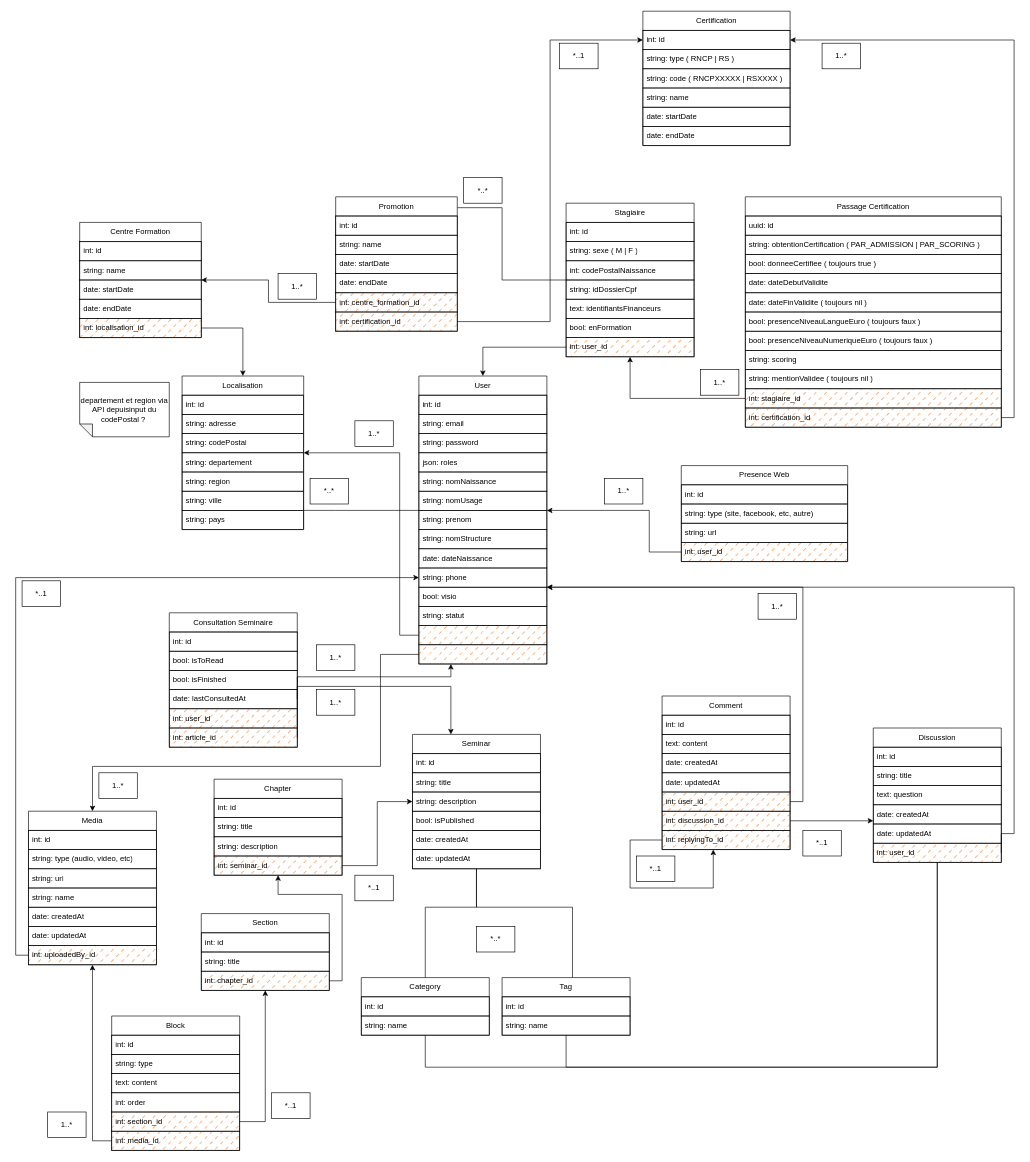
Before: MCD.drawio in ecole-richard-cross/espace-numerique, a draw.io diagram. Source tidied: cells renumbered, new cells numbered last; positions are measured from the earlier drawing's top-left corner, leaving out a move shared by most shapes. Both pictures are drawn from the tidied source at 64%, with x=0, y=0 at pixel (15, 11).
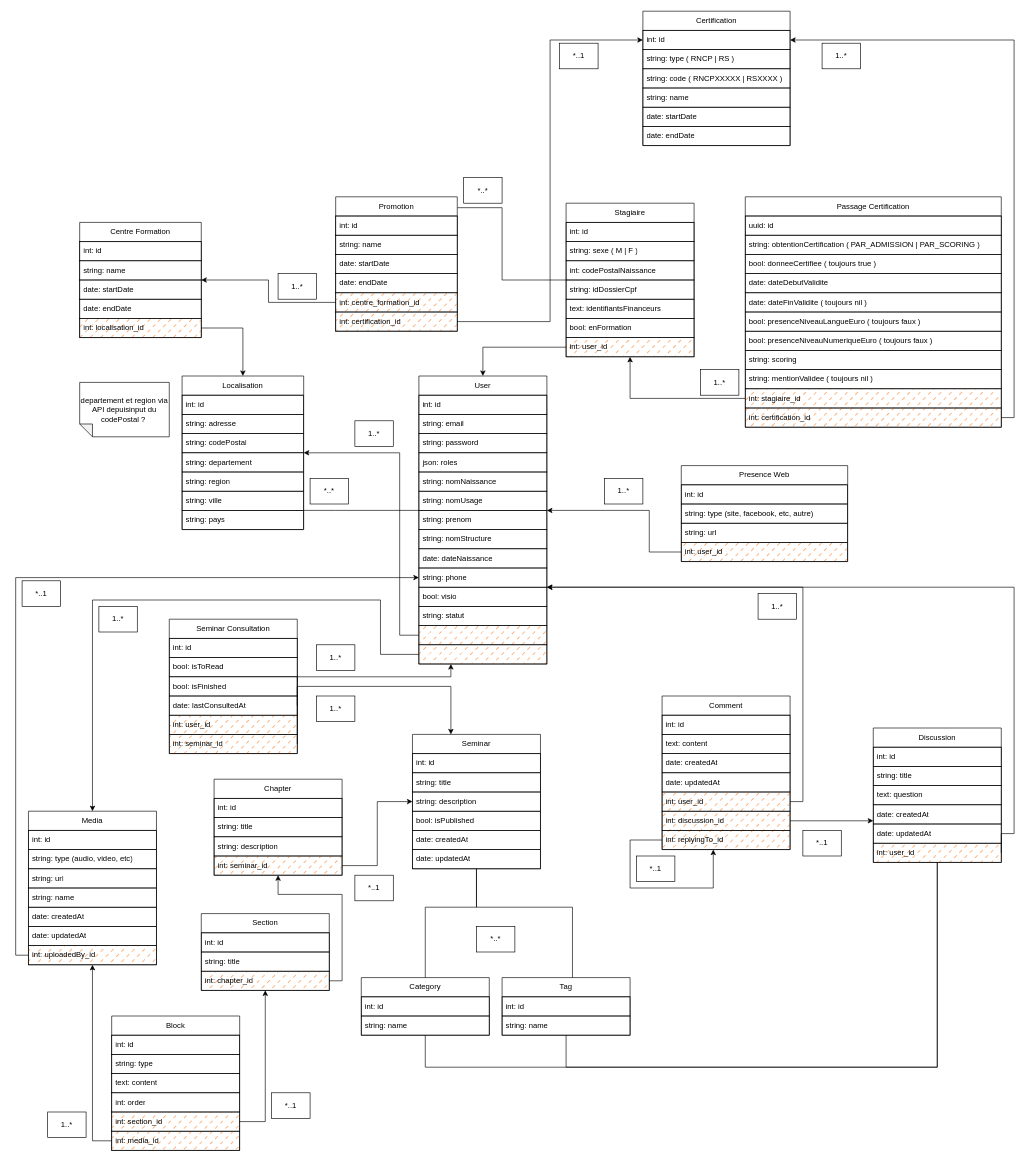
After the change.

Commit message:
fix/dev: cleaned MCD

Unchanged cells that the change refers to:
```xml
<mxCell id="84" value="int: avatar_id" style="text;align=left;verticalAlign=middle;spacingLeft=4;spacingRight=4;overflow=hidden;points=[[0,0.5],[1,0.5]];portConstraint=eastwest;whiteSpace=wrap;html=1;rounded=0;labelBackgroundColor=none;shadow=0;swimlaneLine=1;fillOpacity=100;snapToPoint=0;fixDash=0;backgroundOutline=0;enumerate=0;comic=0;strokeColor=default;fillColor=#FA6800;fontColor=#ffffff;fillStyle=dashed;" parent="70" vertex="1">
  <mxGeometry y="420" width="200" height="30" as="geometry" />
</mxCell>
<mxCell id="104" value="Media" style="swimlane;fontStyle=0;horizontal=1;startSize=30;whiteSpace=wrap;html=1;rounded=0;labelBackgroundColor=none;shadow=0;swimlaneLine=1;fillOpacity=100;snapToPoint=0;fixDash=0;backgroundOutline=0;enumerate=0;comic=0;strokeColor=default;" parent="1" vertex="1">
  <mxGeometry x="20" y="1250" width="200" height="240" as="geometry" />
</mxCell>
```

The edit, as a diff of the source:
```diff
@@
     <mxCell id="96" value="1..*" style="text;align=center;html=1;verticalAlign=middle;whiteSpace=wrap;rounded=0;labelBackgroundColor=none;shadow=0;swimlaneLine=1;fillOpacity=100;fixDash=0;backgroundOutline=0;enumerate=0;comic=0;strokeColor=default;" parent="1" vertex="1">
-      <mxGeometry x="470" y="1060" width="60" height="40" as="geometry" />
+      <mxGeometry x="470" y="1070" width="60" height="40" as="geometry" />
     </mxCell>
@@
-    <mxCell id="113" value="Consultation Seminaire" style="swimlane;fontStyle=0;horizontal=1;startSize=30;whiteSpace=wrap;html=1;rounded=0;labelBackgroundColor=none;shadow=0;swimlaneLine=1;fillOpacity=100;fixDash=0;backgroundOutline=0;enumerate=0;comic=0;strokeColor=default;" parent="1" vertex="1">
-      <mxGeometry x="240" y="940" width="200" height="210" as="geometry" />
+    <mxCell id="113" value="Seminar Consultation" style="swimlane;fontStyle=0;horizontal=1;startSize=30;whiteSpace=wrap;html=1;rounded=0;labelBackgroundColor=none;shadow=0;swimlaneLine=1;fillOpacity=100;fixDash=0;backgroundOutline=0;enumerate=0;comic=0;strokeColor=default;" parent="1" vertex="1">
+      <mxGeometry x="240" y="950" width="200" height="210" as="geometry" />
     </mxCell>
@@
-    <mxCell id="119" value="int: article_id" style="text;align=left;verticalAlign=middle;spacingLeft=4;spacingRight=4;overflow=hidden;points=[[0,0.5],[1,0.5]];portConstraint=eastwest;whiteSpace=wrap;html=1;rounded=0;labelBackgroundColor=none;shadow=0;swimlaneLine=1;fillOpacity=100;snapToPoint=0;fixDash=0;backgroundOutline=0;enumerate=0;comic=0;strokeColor=default;fillColor=#FA6800;fillStyle=dashed;" parent="113" vertex="1">
+    <mxCell id="119" value="int: seminar_id" style="text;align=left;verticalAlign=middle;spacingLeft=4;spacingRight=4;overflow=hidden;points=[[0,0.5],[1,0.5]];portConstraint=eastwest;whiteSpace=wrap;html=1;rounded=0;labelBackgroundColor=none;shadow=0;swimlaneLine=1;fillOpacity=100;snapToPoint=0;fixDash=0;backgroundOutline=0;enumerate=0;comic=0;strokeColor=default;fillColor=#FA6800;fillStyle=dashed;" parent="113" vertex="1">
       <mxGeometry y="180" width="200" height="30" as="geometry" />
     </mxCell>
@@
     <mxCell id="173" style="edgeStyle=orthogonalEdgeStyle;rounded=0;html=1;exitX=0;exitY=0.5;exitDx=0;exitDy=0;" parent="1" edge="1" source="84" target="104">
       <mxGeometry relative="1" as="geometry">
         <Array as="points">
           <mxPoint x="570" y="1005" />
-          <mxPoint x="570" y="1180" />
-          <mxPoint x="120" y="1180" />
+          <mxPoint x="570" y="920" />
+          <mxPoint x="120" y="920" />
         </Array>
       </mxGeometry>
     </mxCell>
     <mxCell id="174" value="1..*" style="text;align=center;html=1;verticalAlign=middle;whiteSpace=wrap;rounded=0;labelBackgroundColor=none;shadow=0;swimlaneLine=1;fillOpacity=100;fixDash=0;backgroundOutline=0;enumerate=0;comic=0;strokeColor=default;" parent="1" vertex="1">
-      <mxGeometry x="130" y="1190" width="60" height="40" as="geometry" />
+      <mxGeometry x="130" y="930" width="60" height="40" as="geometry" />
     </mxCell>
```
